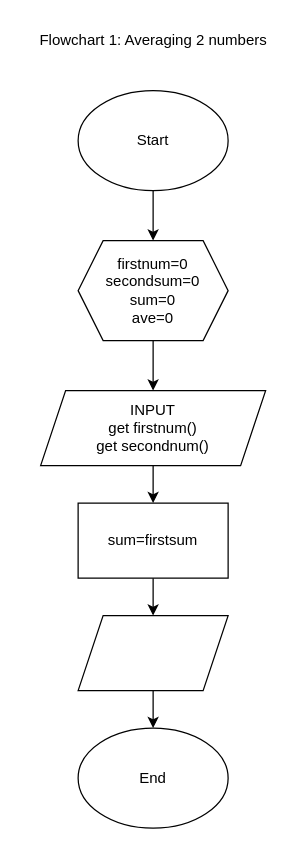
Before: sample.drawio in celeste-januel/celeste-januel.github.io, a draw.io diagram. Source tidied: cells renumbered, new cells numbered last; positions are measured from the earlier drawing's top-left corner, leaving out a move shared by most shapes. Both pictures are drawn from the tidied source at 125%, with x=0, y=0 at pixel (21, 21).
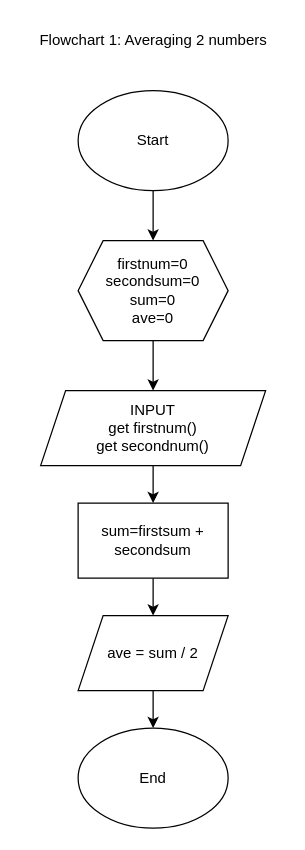
Above is the later version.

Diff of the diagram source:
```diff
@@
 <mxGraphModel>
   <root>
     <mxCell id="0" />
     <mxCell id="1" parent="0" />
     <mxCell id="2" style="edgeStyle=orthogonalEdgeStyle;rounded=0;jettySize=auto;html=1;" parent="1" edge="1" source="3" target="5">
       <mxGeometry relative="1" as="geometry" />
     </mxCell>
     <mxCell id="3" value="Start" style="ellipse;whiteSpace=wrap;html=1;" parent="1" vertex="1">
       <mxGeometry x="45" y="55" width="120" height="80" as="geometry" />
     </mxCell>
     <mxCell id="4" style="edgeStyle=orthogonalEdgeStyle;rounded=0;jettySize=auto;html=1;" parent="1" edge="1" source="5" target="7">
       <mxGeometry relative="1" as="geometry" />
     </mxCell>
     <mxCell id="5" value="firstnum=0&lt;br&gt;secondsum=0&lt;br&gt;sum=0&lt;br&gt;ave=0" style="shape=hexagon;perimeter=hexagonPerimeter2;whiteSpace=wrap;html=1;fixedSize=1;" parent="1" vertex="1">
       <mxGeometry x="45" y="175" width="120" height="80" as="geometry" />
     </mxCell>
     <mxCell id="6" style="edgeStyle=orthogonalEdgeStyle;rounded=0;jettySize=auto;html=1;" parent="1" edge="1" source="7" target="9">
       <mxGeometry relative="1" as="geometry" />
     </mxCell>
     <mxCell id="7" value="INPUT&lt;br&gt;get firstnum()&lt;br&gt;get secondnum()" style="shape=parallelogram;perimeter=parallelogramPerimeter;whiteSpace=wrap;html=1;fixedSize=1;" parent="1" vertex="1">
       <mxGeometry x="15" y="295" width="180" height="60" as="geometry" />
     </mxCell>
     <mxCell id="8" style="edgeStyle=orthogonalEdgeStyle;rounded=0;jettySize=auto;html=1;" parent="1" edge="1" source="9" target="11">
       <mxGeometry relative="1" as="geometry" />
     </mxCell>
-    <mxCell id="9" value="sum=firstsum" style="rounded=0;whiteSpace=wrap;html=1;" parent="1" vertex="1">
+    <mxCell id="9" value="sum=firstsum + secondsum" style="rounded=0;whiteSpace=wrap;html=1;" parent="1" vertex="1">
       <mxGeometry x="45" y="385" width="120" height="60" as="geometry" />
     </mxCell>
     <mxCell id="10" style="edgeStyle=orthogonalEdgeStyle;rounded=0;jettySize=auto;html=1;" parent="1" edge="1" source="11" target="12">
       <mxGeometry relative="1" as="geometry" />
     </mxCell>
-    <mxCell id="11" style="shape=parallelogram;perimeter=parallelogramPerimeter;whiteSpace=wrap;html=1;fixedSize=1;" parent="1" vertex="1">
+    <mxCell id="11" value="ave = sum / 2" style="shape=parallelogram;perimeter=parallelogramPerimeter;whiteSpace=wrap;html=1;fixedSize=1;" parent="1" vertex="1">
       <mxGeometry x="45" y="475" width="120" height="60" as="geometry" />
     </mxCell>
     <mxCell id="12" value="End" style="ellipse;whiteSpace=wrap;html=1;" parent="1" vertex="1">
       <mxGeometry x="45" y="565" width="120" height="80" as="geometry" />
     </mxCell>
     <mxCell id="13" value="Flowchart 1: Averaging 2 numbers" style="text;html=1;align=center;verticalAlign=middle;strokeColor=none;fillColor=none;" parent="1" vertex="1">
       <mxGeometry width="210" height="30" as="geometry" />
     </mxCell>
   </root>
 </mxGraphModel>
```
